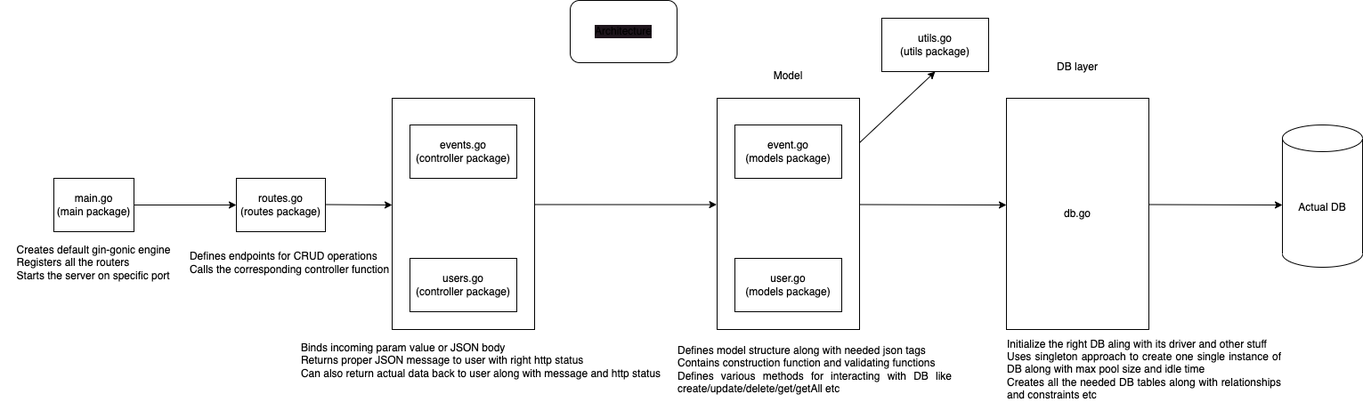
The draw.io diagram images/architecture.drawio.png in PrasannaAdiga/my-first-go, before a commit. Source tidied: cells renumbered, new cells last; positions are measured from the earlier drawing's top-left corner, leaving out a move shared by most shapes.
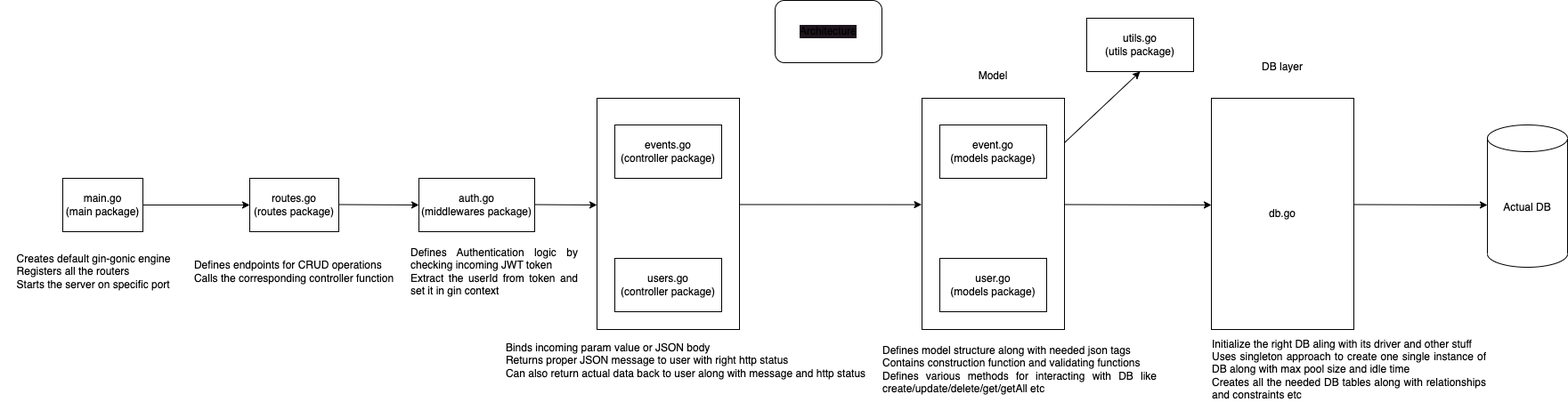
After the change.

Change to the diagram source:
```diff
@@ -3,16 +3,16 @@
     <mxCell id="0" />
     <mxCell id="1" parent="0" />
     <mxCell id="2" value="main.go&lt;br&gt;(main package)" style="rounded=0;whiteSpace=wrap;html=1;" parent="1" vertex="1">
-      <mxGeometry x="60" y="200" width="90" height="60" as="geometry" />
+      <mxGeometry x="-160" y="200" width="90" height="60" as="geometry" />
     </mxCell>
     <mxCell id="3" value="&lt;div style=&quot;text-align: justify;&quot;&gt;&lt;span style=&quot;&quot;&gt;Creates default gin-gonic engine&lt;/span&gt;&lt;br&gt;&lt;span style=&quot;&quot;&gt;Registers all the routers&lt;/span&gt;&lt;br&gt;&lt;span style=&quot;&quot;&gt;Starts the server on specific port&lt;/span&gt;&lt;br&gt;&lt;/div&gt;" style="text;html=1;strokeColor=none;fillColor=none;align=center;verticalAlign=middle;whiteSpace=wrap;rounded=0;labelBackgroundColor=#FFFFFF;" parent="1" vertex="1">
-      <mxGeometry y="280" width="210" height="30" as="geometry" />
+      <mxGeometry x="-230" y="290" width="210" height="30" as="geometry" />
     </mxCell>
     <mxCell id="4" value="routes.go&lt;br&gt;(routes package)" style="rounded=0;whiteSpace=wrap;html=1;" parent="1" vertex="1">
-      <mxGeometry x="265" y="200" width="100" height="60" as="geometry" />
+      <mxGeometry x="50" y="200" width="100" height="60" as="geometry" />
     </mxCell>
     <mxCell id="5" value="&lt;div style=&quot;text-align: justify;&quot;&gt;&lt;span style=&quot;&quot;&gt;Defines endpoints for CRUD operations&lt;/span&gt;&lt;/div&gt;&lt;div style=&quot;text-align: justify;&quot;&gt;&lt;span style=&quot;&quot;&gt;Calls the corresponding controller function&lt;/span&gt;&lt;/div&gt;" style="text;html=1;strokeColor=none;fillColor=none;align=center;verticalAlign=middle;whiteSpace=wrap;rounded=0;labelBackgroundColor=#FFFFFF;" parent="1" vertex="1">
-      <mxGeometry x="210" y="280" width="230" height="30" as="geometry" />
+      <mxGeometry x="-15" y="290" width="230" height="30" as="geometry" />
     </mxCell>
     <mxCell id="6" style="rounded=0;whiteSpace=wrap;html=1;" parent="1" vertex="1">
       <mxGeometry x="440" y="110" width="160" height="260" as="geometry" />
@@ -56,11 +56,6 @@
     <mxCell id="19" value="Actual DB" style="shape=cylinder3;whiteSpace=wrap;html=1;boundedLbl=1;backgroundOutline=1;size=15;" parent="1" vertex="1">
       <mxGeometry x="1440" y="140" width="90" height="160" as="geometry" />
     </mxCell>
-    <mxCell id="20" style="endArrow=classic;html=1;entryX=0;entryY=0.5;entryDx=0;entryDy=0;" parent="1" edge="1" target="4">
-      <mxGeometry relative="1" as="geometry">
-        <mxPoint x="150" y="230" as="sourcePoint" />
-      </mxGeometry>
-    </mxCell>
     <mxCell id="21" style="endArrow=classic;html=1;" parent="1" edge="1">
       <mxGeometry relative="1" as="geometry">
         <mxPoint x="365" y="229.5" as="sourcePoint" />
@@ -95,5 +90,22 @@
     <mxCell id="27" value="Architecture" style="rounded=1;whiteSpace=wrap;html=1;labelBackgroundColor=#1e151c;" parent="1" vertex="1">
       <mxGeometry x="640" width="120" height="70" as="geometry" />
     </mxCell>
+    <mxCell id="28" value="auth.go&lt;br&gt;(middlewares package)" style="rounded=0;whiteSpace=wrap;html=1;" parent="1" vertex="1">
+      <mxGeometry x="240" y="200" width="130" height="60" as="geometry" />
+    </mxCell>
+    <mxCell id="29" value="&lt;div style=&quot;text-align: justify;&quot;&gt;&lt;span style=&quot;background-color: rgb(255, 255, 255);&quot;&gt;Defines Authentication logic by checking incoming JWT token&lt;/span&gt;&lt;/div&gt;&lt;div style=&quot;text-align: justify;&quot;&gt;&lt;span style=&quot;background-color: rgb(255, 255, 255);&quot;&gt;Extract the userId from token and set it in gin context&lt;/span&gt;&lt;/div&gt;" style="text;html=1;strokeColor=none;fillColor=none;align=center;verticalAlign=middle;whiteSpace=wrap;rounded=0;labelBackgroundColor=#FFFFFF;" parent="1" vertex="1">
+      <mxGeometry x="230" y="290" width="190" height="30" as="geometry" />
+    </mxCell>
+    <mxCell id="30" style="endArrow=classic;html=1;entryX=0;entryY=0.5;entryDx=0;entryDy=0;" parent="1" edge="1" target="4">
+      <mxGeometry relative="1" as="geometry">
+        <mxPoint x="-70" y="230" as="sourcePoint" />
+      </mxGeometry>
+    </mxCell>
+    <mxCell id="31" style="endArrow=classic;html=1;" parent="1" edge="1">
+      <mxGeometry relative="1" as="geometry">
+        <mxPoint x="150" y="229.5" as="sourcePoint" />
+        <mxPoint x="240" y="230" as="targetPoint" />
+      </mxGeometry>
+    </mxCell>
   </root>
 </mxGraphModel>
```
